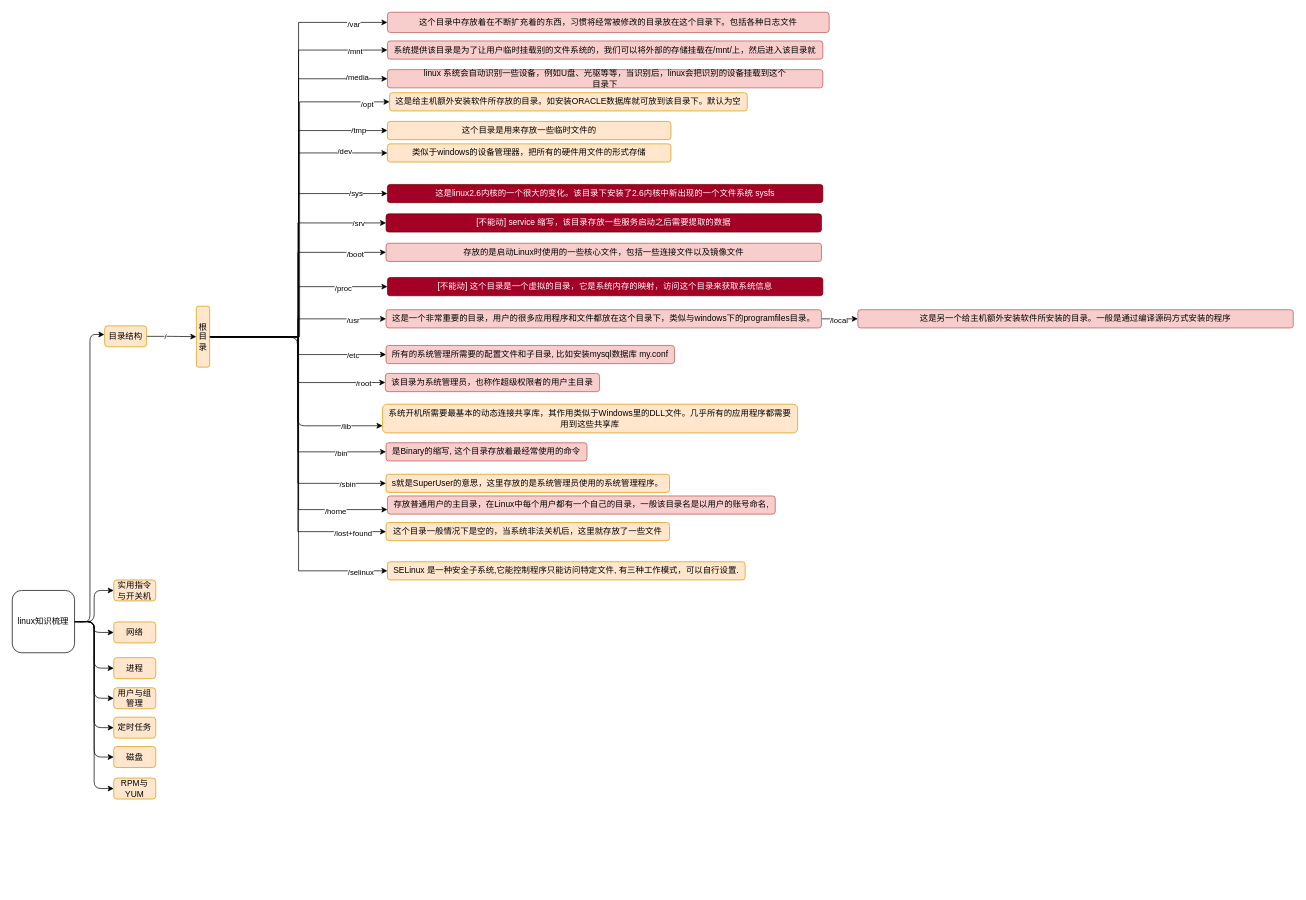
This is linux/linux.drawio from kangkangbs/draw, a draw.io file, before an edit. Source tidied: cells renumbered, new cells numbered last; positions are measured from the earlier drawing's top-left corner, leaving out a move shared by most shapes. Both pictures are drawn from the tidied source at 70%, with x=0, y=0 at pixel (12, 12).
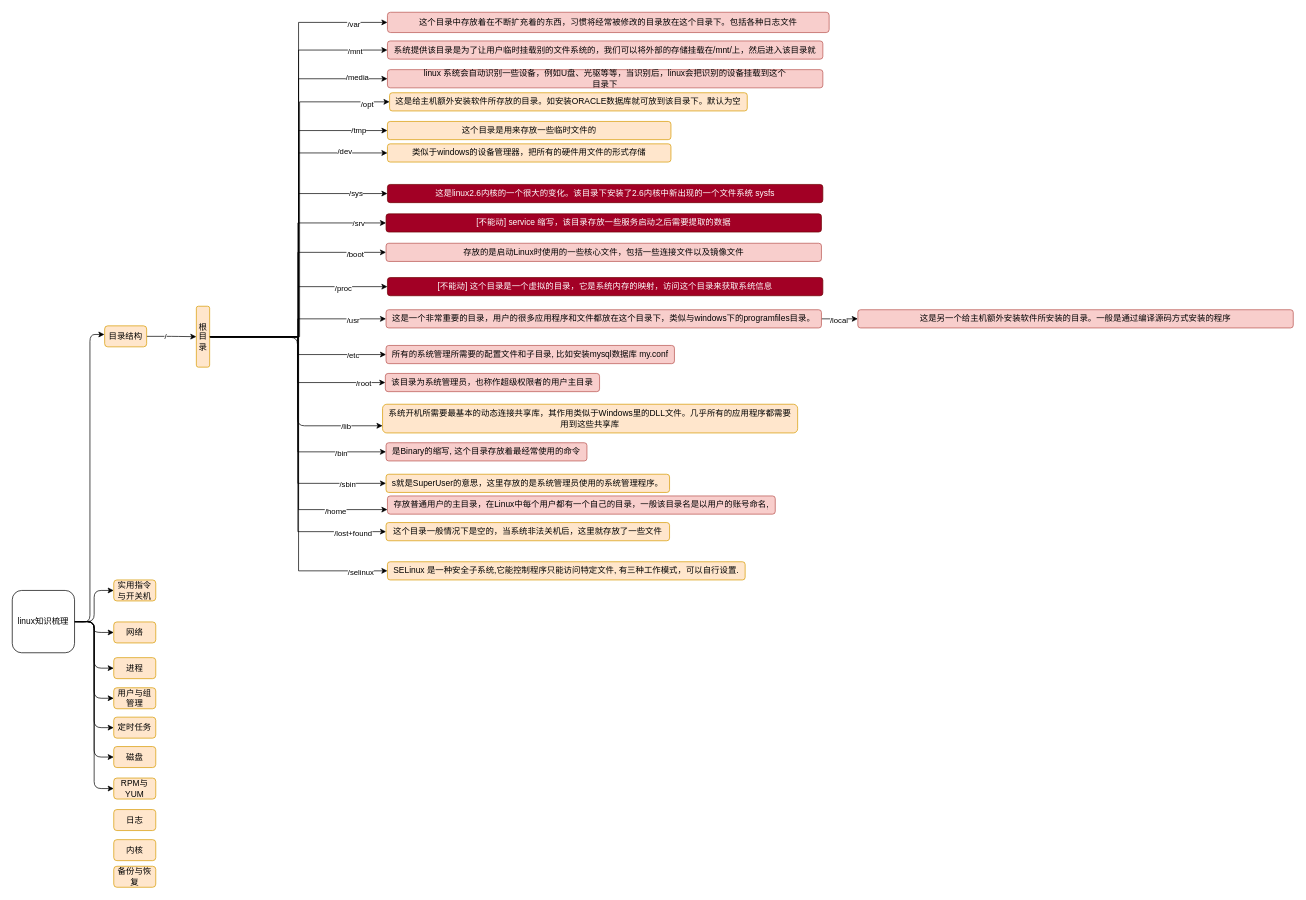
The same diagram, later.

Change to the diagram source:
```diff
@@
+    <mxCell id="84" value="日志" style="text;html=1;align=center;verticalAlign=middle;whiteSpace=wrap;rounded=1;fillColor=#ffe6cc;strokeColor=#d79b00;" parent="1" vertex="1">
+      <mxGeometry x="145" y="1139" width="60" height="30" as="geometry" />
+    </mxCell>
+    <mxCell id="85" value="内核" style="text;html=1;align=center;verticalAlign=middle;whiteSpace=wrap;rounded=1;fillColor=#ffe6cc;strokeColor=#d79b00;" parent="1" vertex="1">
+      <mxGeometry x="145" y="1182" width="60" height="30" as="geometry" />
+    </mxCell>
+    <mxCell id="86" value="备份与恢复" style="text;html=1;align=center;verticalAlign=middle;whiteSpace=wrap;rounded=1;fillColor=#ffe6cc;strokeColor=#d79b00;" parent="1" vertex="1">
+      <mxGeometry x="145" y="1220" width="60" height="30" as="geometry" />
+    </mxCell>
```
